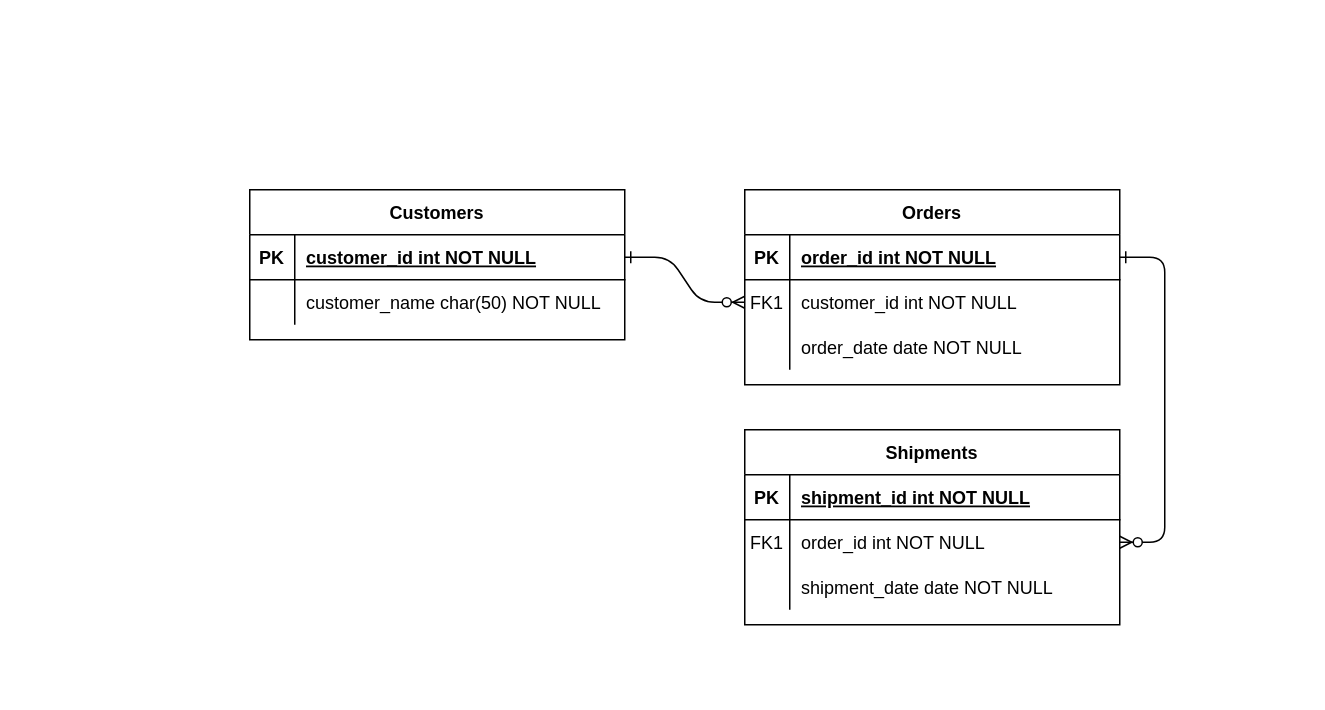
Earlier version of the draw.io diagram database/migrations/Untitled Diagram.drawio (aashumali7/electro-project). Source tidied: cells renumbered, new cells numbered last; positions are measured from the earlier drawing's top-left corner, leaving out a move shared by most shapes. Both pictures are drawn from the tidied source at 150%, with x=0, y=0 at pixel (249, 189).
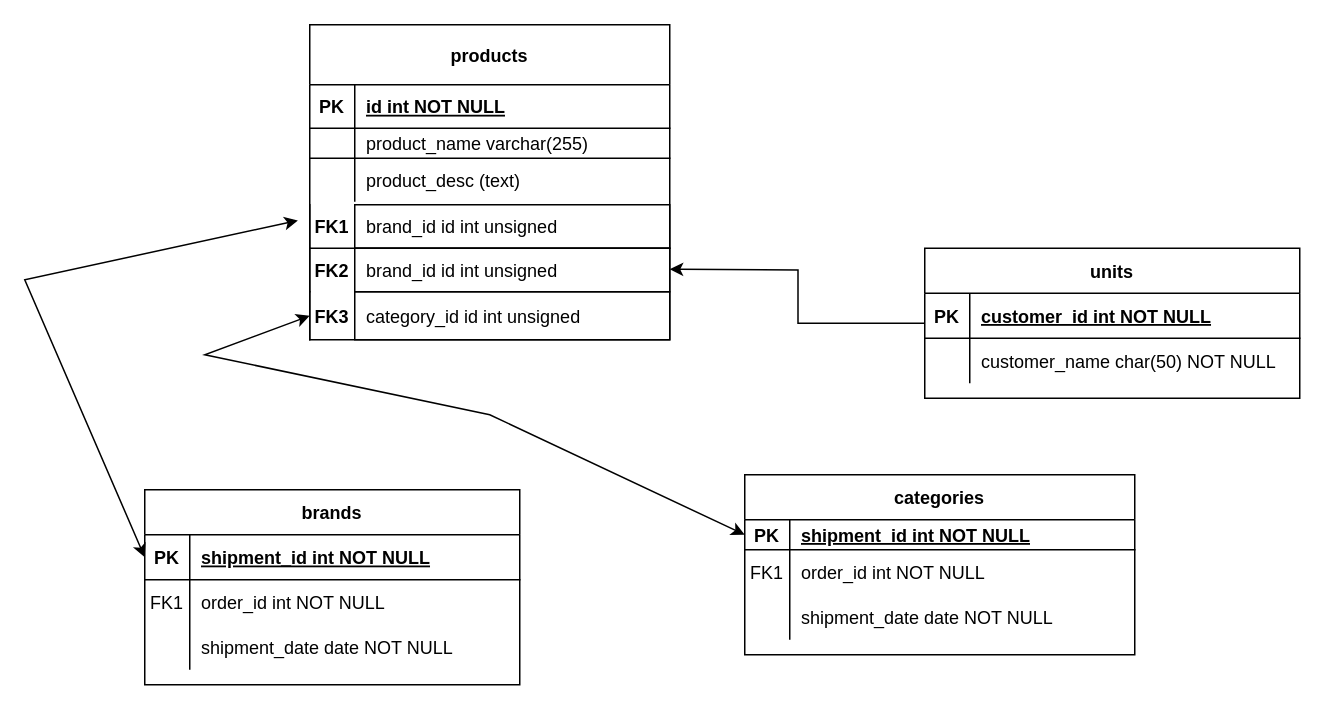
Above is the later version.

Commit message:
added product , brands ,units

The change refers to these unchanged cells:
```xml
<mxCell id="15" style="shape=partialRectangle;fillColor=none;points=[[0,0.5],[1,0.5]];portConstraint=eastwest;top=0;left=0;right=0;bottom=1;" parent="14" vertex="1">
  <mxGeometry y="30" width="250" height="30" as="geometry" />
</mxCell>
<mxCell id="18" style="shape=partialRectangle;fillColor=none;points=[[0,0.5],[1,0.5]];portConstraint=eastwest;top=0;left=0;right=0;bottom=0;" parent="14" vertex="1">
  <mxGeometry y="60" width="250" height="30" as="geometry" />
</mxCell>
<mxCell id="25" style="shape=partialRectangle;fillColor=none;points=[[0,0.5],[1,0.5]];portConstraint=eastwest;top=0;left=0;right=0;bottom=1;" parent="24" vertex="1">
  <mxGeometry y="30" width="250" height="30" as="geometry" />
</mxCell>
```

Diff of the diagram source:
```diff
@@
-    <mxCell id="2" style="edgeStyle=entityRelationEdgeStyle;endArrow=ERzeroToMany;startArrow=ERone;endFill=1;startFill=0;" parent="1" edge="1" source="25" target="8">
-      <mxGeometry relative="1" as="geometry" />
-    </mxCell>
-    <mxCell id="3" style="edgeStyle=entityRelationEdgeStyle;endArrow=ERzeroToMany;startArrow=ERone;endFill=1;startFill=0;" parent="1" edge="1" source="5" target="18">
-      <mxGeometry relative="1" as="geometry" />
-    </mxCell>
-    <mxCell id="4" value="Orders" style="shape=table;startSize=30;childLayout=tableLayout;rowLines=0;fontStyle=1;align=center;" parent="1" vertex="1">
-      <mxGeometry x="330" width="250" height="130" as="geometry" />
+    <mxCell id="4" value="products" style="shape=table;startSize=40;childLayout=tableLayout;rowLines=0;fontStyle=1;align=center;" parent="1" vertex="1">
+      <mxGeometry x="40" y="-110" width="240" height="210" as="geometry" />
     </mxCell>
     <mxCell id="5" style="shape=partialRectangle;fillColor=none;points=[[0,0.5],[1,0.5]];portConstraint=eastwest;top=0;left=0;right=0;bottom=1;" parent="4" vertex="1">
-      <mxGeometry y="30" width="250" height="30" as="geometry" />
+      <mxGeometry y="40" width="240" height="29" as="geometry" />
     </mxCell>
     <mxCell id="6" value="PK" style="shape=partialRectangle;overflow=hidden;fillColor=none;top=0;left=0;bottom=0;right=0;fontStyle=1;" parent="5" vertex="1">
-      <mxGeometry width="30" height="30" as="geometry" />
+      <mxGeometry width="30" height="29" as="geometry" />
     </mxCell>
-    <mxCell id="7" value="order_id int NOT NULL " style="shape=partialRectangle;overflow=hidden;fillColor=none;top=0;left=0;bottom=0;right=0;align=left;spacingLeft=6;fontStyle=5;" parent="5" vertex="1">
-      <mxGeometry x="30" width="220" height="30" as="geometry" />
+    <mxCell id="7" value="id int NOT NULL" style="shape=partialRectangle;overflow=hidden;fillColor=none;top=0;left=0;bottom=0;right=0;align=left;spacingLeft=6;fontStyle=5;" parent="5" vertex="1">
+      <mxGeometry x="30" width="210" height="29" as="geometry" />
     </mxCell>
-    <mxCell id="8" style="shape=partialRectangle;fillColor=none;points=[[0,0.5],[1,0.5]];portConstraint=eastwest;top=0;left=0;right=0;bottom=0;" parent="4" vertex="1">
-      <mxGeometry y="60" width="250" height="30" as="geometry" />
+    <mxCell id="8" style="shape=partialRectangle;fillColor=none;points=[[0,0.5],[1,0.5]];portConstraint=eastwest;top=0;left=0;right=0;bottom=1;" parent="4" vertex="1">
+      <mxGeometry y="69" width="240" height="20" as="geometry" />
     </mxCell>
-    <mxCell id="9" value="FK1" style="shape=partialRectangle;overflow=hidden;fillColor=none;top=0;left=0;bottom=0;right=0;" parent="8" vertex="1">
-      <mxGeometry width="30" height="30" as="geometry" />
+    <mxCell id="9" style="shape=partialRectangle;overflow=hidden;fillColor=none;top=0;left=0;bottom=0;right=0;" parent="8" vertex="1">
+      <mxGeometry width="30" height="20" as="geometry" />
     </mxCell>
-    <mxCell id="10" value="customer_id int NOT NULL" style="shape=partialRectangle;overflow=hidden;fillColor=none;top=0;left=0;bottom=0;right=0;align=left;spacingLeft=6;" parent="8" vertex="1">
-      <mxGeometry x="30" width="220" height="30" as="geometry" />
+    <mxCell id="10" value="product_name varchar(255)" style="shape=partialRectangle;overflow=hidden;fillColor=none;top=0;left=0;bottom=0;right=0;align=left;spacingLeft=6;verticalAlign=bottom;" parent="8" vertex="1">
+      <mxGeometry x="30" width="210" height="20" as="geometry" />
     </mxCell>
     <mxCell id="11" style="shape=partialRectangle;fillColor=none;top=0;left=0;right=0;bottom=0;" parent="4" vertex="1">
-      <mxGeometry y="90" width="250" height="30" as="geometry" />
+      <mxGeometry y="89" width="240" height="29" as="geometry" />
     </mxCell>
     <mxCell id="12" style="shape=partialRectangle;overflow=hidden;fillColor=none;top=0;left=0;bottom=0;right=0;" parent="11" vertex="1">
-      <mxGeometry width="30" height="30" as="geometry" />
+      <mxGeometry width="30" height="29" as="geometry" />
     </mxCell>
-    <mxCell id="13" value="order_date date NOT NULL" style="shape=partialRectangle;overflow=hidden;fillColor=none;top=0;left=0;bottom=0;right=0;align=left;spacingLeft=6;" parent="11" vertex="1">
-      <mxGeometry x="30" width="220" height="30" as="geometry" />
+    <mxCell id="13" value="product_desc (text)" style="shape=partialRectangle;overflow=hidden;fillColor=none;top=0;left=0;bottom=0;right=0;align=left;spacingLeft=6;perimeterSpacing=3;" parent="11" vertex="1">
+      <mxGeometry x="30" width="210" height="29" as="geometry" />
     </mxCell>
-    <mxCell id="14" value="Shipments" style="shape=table;startSize=30;childLayout=tableLayout;rowLines=0;fontStyle=1;align=center;" parent="1" vertex="1">
-      <mxGeometry x="330" y="160" width="250" height="130" as="geometry" />
+    <mxCell id="14" value="brands" style="shape=table;startSize=30;childLayout=tableLayout;rowLines=0;fontStyle=1;align=center;" parent="1" vertex="1">
+      <mxGeometry x="-70" y="200" width="250" height="130" as="geometry" />
     </mxCell>
@@
-    <mxCell id="24" value="Customers" style="shape=table;startSize=30;childLayout=tableLayout;rowLines=0;fontStyle=1;align=center;" parent="1" vertex="1">
-      <mxGeometry width="250" height="100" as="geometry" />
+    <mxCell id="24" value="units" style="shape=table;startSize=30;childLayout=tableLayout;rowLines=0;fontStyle=1;align=center;" parent="1" vertex="1">
+      <mxGeometry x="450" y="39" width="250" height="100" as="geometry" />
     </mxCell>
@@
+    <mxCell id="31" value="categories" style="shape=table;startSize=30;childLayout=tableLayout;rowLines=0;fontStyle=1;align=center;" parent="1" vertex="1">
+      <mxGeometry x="330" y="190" width="260" height="120" as="geometry" />
+    </mxCell>
+    <mxCell id="32" style="shape=partialRectangle;fillColor=none;points=[[0,0.5],[1,0.5]];portConstraint=eastwest;top=0;left=0;right=0;bottom=1;" parent="31" vertex="1">
+      <mxGeometry y="30" width="260" height="20" as="geometry" />
+    </mxCell>
+    <mxCell id="33" value="PK" style="shape=partialRectangle;overflow=hidden;fillColor=none;top=0;left=0;bottom=0;right=0;fontStyle=1;" parent="32" vertex="1">
+      <mxGeometry width="30" height="20" as="geometry" />
+    </mxCell>
+    <mxCell id="34" value="shipment_id int NOT NULL " style="shape=partialRectangle;overflow=hidden;fillColor=none;top=0;left=0;bottom=0;right=0;align=left;spacingLeft=6;fontStyle=5;" parent="32" vertex="1">
+      <mxGeometry x="30" width="230" height="20" as="geometry" />
+    </mxCell>
+    <mxCell id="35" style="shape=partialRectangle;fillColor=none;top=0;left=0;right=0;bottom=0;" parent="31" vertex="1">
+      <mxGeometry y="50" width="260" height="30" as="geometry" />
+    </mxCell>
+    <mxCell id="36" value="FK1" style="shape=partialRectangle;overflow=hidden;fillColor=none;top=0;left=0;bottom=0;right=0;" parent="35" vertex="1">
+      <mxGeometry width="30" height="30" as="geometry" />
+    </mxCell>
+    <mxCell id="37" value="order_id int NOT NULL" style="shape=partialRectangle;overflow=hidden;fillColor=none;top=0;left=0;bottom=0;right=0;align=left;spacingLeft=6;" parent="35" vertex="1">
+      <mxGeometry x="30" width="230" height="30" as="geometry" />
+    </mxCell>
+    <mxCell id="38" style="shape=partialRectangle;fillColor=none;top=0;left=0;right=0;bottom=0;" parent="31" vertex="1">
+      <mxGeometry y="80" width="260" height="30" as="geometry" />
+    </mxCell>
+    <mxCell id="39" style="shape=partialRectangle;overflow=hidden;fillColor=none;top=0;left=0;bottom=0;right=0;" parent="38" vertex="1">
+      <mxGeometry width="30" height="30" as="geometry" />
+    </mxCell>
+    <mxCell id="40" value="shipment_date date NOT NULL" style="shape=partialRectangle;overflow=hidden;fillColor=none;top=0;left=0;bottom=0;right=0;align=left;spacingLeft=6;" parent="38" vertex="1">
+      <mxGeometry x="30" width="230" height="30" as="geometry" />
+    </mxCell>
+    <mxCell id="41" style="shape=partialRectangle;fillColor=none;top=0;left=1;right=0;bottom=0;" parent="1" vertex="1">
+      <mxGeometry x="40" y="39" width="240" height="29" as="geometry" />
+    </mxCell>
+    <mxCell id="42" value="FK2" style="shape=partialRectangle;overflow=hidden;fillColor=none;top=0;left=0;bottom=0;right=0;fontStyle=1;" parent="41" vertex="1">
+      <mxGeometry width="30" height="29" as="geometry" />
+    </mxCell>
+    <mxCell id="43" value="brand_id id int unsigned" style="shape=partialRectangle;overflow=hidden;fillColor=none;top=1;left=1;bottom=1;right=1;align=left;spacingLeft=6;perimeterSpacing=3;noLabel=0;" parent="41" vertex="1">
+      <mxGeometry x="30" width="210" height="29" as="geometry" />
+    </mxCell>
+    <mxCell id="44" style="shape=partialRectangle;fillColor=none;points=[[0,0.5],[1,0.5]];portConstraint=eastwest;top=0;left=1;right=0;bottom=1;" parent="1" vertex="1">
+      <mxGeometry x="40" y="10" width="240" height="29" as="geometry" />
+    </mxCell>
+    <mxCell id="45" value="FK1" style="shape=partialRectangle;overflow=hidden;fillColor=none;top=0;left=0;bottom=0;right=0;fontStyle=1;" parent="44" vertex="1">
+      <mxGeometry width="30" height="29" as="geometry" />
+    </mxCell>
+    <mxCell id="46" value="brand_id id int unsigned" style="shape=partialRectangle;overflow=hidden;fillColor=none;top=1;left=1;bottom=1;right=1;align=left;spacingLeft=6;perimeterSpacing=3;noLabel=0;" parent="44" vertex="1">
+      <mxGeometry x="30" width="210" height="29" as="geometry" />
+    </mxCell>
+    <mxCell id="47" style="endArrow=classic;startArrow=classic;html=1;rounded=0;entryX=-0.033;entryY=0.362;entryDx=0;entryDy=0;entryPerimeter=0;exitX=0;exitY=0.5;exitDx=0;exitDy=0;" parent="1" edge="1" source="15" target="44">
+      <mxGeometry relative="1" as="geometry">
+        <Array as="points">
+          <mxPoint x="-150" y="60" />
+        </Array>
+      </mxGeometry>
+    </mxCell>
+    <mxCell id="48" style="edgeStyle=orthogonalEdgeStyle;rounded=0;jettySize=auto;html=1;" parent="1" edge="1" source="24">
+      <mxGeometry relative="1" as="geometry">
+        <mxPoint x="280" y="53" as="targetPoint" />
+      </mxGeometry>
+    </mxCell>
+    <mxCell id="49" style="shape=partialRectangle;fillColor=none;points=[[0,0.5],[1,0.5]];portConstraint=eastwest;top=0;left=1;right=0;bottom=0;" parent="1" vertex="1">
+      <mxGeometry x="40" y="68" width="240" height="32" as="geometry" />
+    </mxCell>
+    <mxCell id="50" value="FK3" style="shape=partialRectangle;overflow=hidden;fillColor=none;top=0;left=0;bottom=0;right=0;fontStyle=1;" parent="49" vertex="1">
+      <mxGeometry width="30" height="32" as="geometry" />
+    </mxCell>
+    <mxCell id="51" value="category_id id int unsigned" style="shape=partialRectangle;overflow=hidden;fillColor=none;top=1;left=1;bottom=1;right=1;align=left;spacingLeft=6;perimeterSpacing=3;noLabel=0;" parent="49" vertex="1">
+      <mxGeometry x="30" width="210" height="32" as="geometry" />
+    </mxCell>
+    <mxCell id="52" style="endArrow=classic;startArrow=classic;html=1;rounded=0;exitX=0;exitY=0.5;exitDx=0;exitDy=0;entryX=0;entryY=0.5;entryDx=0;entryDy=0;" parent="1" edge="1" source="32" target="49">
+      <mxGeometry relative="1" as="geometry">
+        <Array as="points">
+          <mxPoint x="160" y="150" />
+          <mxPoint x="-30" y="110" />
+        </Array>
+      </mxGeometry>
+    </mxCell>
```
